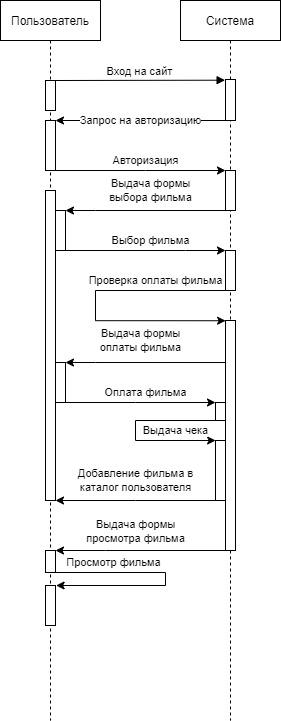
javantlang/IKINO keeps this draw.io diagram as Лаба_2/Диаграмма последовательности.png. Above is the earlier version. Source tidied: cells renumbered, new cells last; positions are measured from the earlier drawing's top-left corner, leaving out a move shared by most shapes.
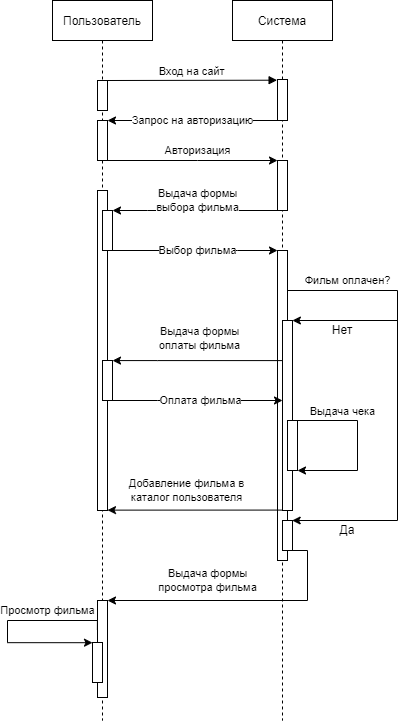
The same diagram one commit later.

Commit message:
Обновлена диаграмма последовательности

Диаграмма последовательности теперь имеет иную сторону рекурсии. Добавлено ветвление согласно диаграмме активности.

Change to the diagram source:
```diff
@@ -6,36 +6,20 @@
       <mxGeometry width="100" height="720" as="geometry" />
     </mxCell>
     <mxCell id="3" style="points=[];perimeter=orthogonalPerimeter;rounded=0;shadow=0;strokeWidth=1;" parent="2" vertex="1">
-      <mxGeometry x="45" y="120" width="10" height="50" as="geometry" />
+      <mxGeometry x="45" y="120" width="10" height="40" as="geometry" />
     </mxCell>
+    <mxCell id="5" style="points=[];perimeter=orthogonalPerimeter;rounded=0;shadow=0;strokeWidth=1;" parent="2" vertex="1">
+      <mxGeometry x="45" y="80" width="10" height="30" as="geometry" />
+    </mxCell>
+    <mxCell id="10" style="points=[];perimeter=orthogonalPerimeter;rounded=0;shadow=0;strokeWidth=1;" parent="2" vertex="1">
+      <mxGeometry x="45" y="190" width="10" height="320" as="geometry" />
+    </mxCell>
     <mxCell id="4" style="points=[];perimeter=orthogonalPerimeter;rounded=0;shadow=0;strokeWidth=1;" parent="2" vertex="1">
-      <mxGeometry x="55" y="210" width="10" height="40" as="geometry" />
+      <mxGeometry x="50" y="210" width="10" height="40" as="geometry" />
     </mxCell>
-    <mxCell id="5" style="points=[];perimeter=orthogonalPerimeter;rounded=0;shadow=0;strokeWidth=1;" parent="2" vertex="1">
-      <mxGeometry x="45" y="80" width="10" height="30" as="geometry" />
-    </mxCell>
-    <mxCell id="6" value="Просмотр фильма" style="edgeStyle=orthogonalEdgeStyle;rounded=0;jettySize=auto;html=1;entryX=1.058;entryY=-0.011;entryDx=0;entryDy=0;entryPerimeter=0;" parent="2" edge="1" target="8">
-      <mxGeometry x="-0.5" y="10" relative="1" as="geometry">
-        <mxPoint x="55" y="572" as="sourcePoint" />
-        <Array as="points">
-          <mxPoint x="165" y="572" />
-          <mxPoint x="165" y="585" />
-          <mxPoint x="56" y="585" />
-        </Array>
-      </mxGeometry>
-    </mxCell>
-    <mxCell id="7" style="points=[];perimeter=orthogonalPerimeter;rounded=0;shadow=0;strokeWidth=1;" parent="2" vertex="1">
-      <mxGeometry x="45" y="550" width="10" height="22" as="geometry" />
-    </mxCell>
-    <mxCell id="8" style="points=[];perimeter=orthogonalPerimeter;rounded=0;shadow=0;strokeWidth=1;" parent="2" vertex="1">
-      <mxGeometry x="45" y="585" width="10" height="40" as="geometry" />
-    </mxCell>
     <mxCell id="9" style="points=[];perimeter=orthogonalPerimeter;rounded=0;shadow=0;strokeWidth=1;" parent="2" vertex="1">
-      <mxGeometry x="55" y="362" width="10" height="40" as="geometry" />
+      <mxGeometry x="50" y="360" width="10" height="40" as="geometry" />
     </mxCell>
-    <mxCell id="10" style="points=[];perimeter=orthogonalPerimeter;rounded=0;shadow=0;strokeWidth=1;" parent="2" vertex="1">
-      <mxGeometry x="45" y="190" width="10" height="310" as="geometry" />
-    </mxCell>
     <mxCell id="11" value="Система" style="shape=umlLifeline;perimeter=lifelinePerimeter;rounded=0;shadow=0;strokeWidth=1;" parent="1" vertex="1">
       <mxGeometry x="180" width="100" height="720" as="geometry" />
     </mxCell>
@@ -43,45 +27,55 @@
       <mxGeometry x="45" y="79" width="10" height="41" as="geometry" />
     </mxCell>
     <mxCell id="13" style="points=[];perimeter=orthogonalPerimeter;rounded=0;shadow=0;strokeWidth=1;" parent="11" vertex="1">
-      <mxGeometry x="45" y="170" width="10" height="40" as="geometry" />
+      <mxGeometry x="45" y="160" width="10" height="50" as="geometry" />
     </mxCell>
-    <mxCell id="14" value="Проверка оплаты фильма" style="edgeStyle=orthogonalEdgeStyle;rounded=0;jettySize=auto;html=1;entryX=0.009;entryY=0.001;entryDx=0;entryDy=0;entryPerimeter=0;" parent="11" edge="1" source="15" target="16">
-      <mxGeometry x="-0.52" y="-10" relative="1" as="geometry">
+    <mxCell id="14" value="Фильм оплачен?" style="edgeStyle=orthogonalEdgeStyle;rounded=0;jettySize=auto;html=1;entryX=0.967;entryY=0;entryDx=0;entryDy=0;entryPerimeter=0;" parent="11" edge="1" source="15" target="29">
+      <mxGeometry x="-0.73" y="10" relative="1" as="geometry">
         <Array as="points">
-          <mxPoint x="-85" y="290" />
-          <mxPoint x="-85" y="320" />
+          <mxPoint x="165" y="290" />
+          <mxPoint x="165" y="520" />
         </Array>
       </mxGeometry>
     </mxCell>
     <mxCell id="15" style="points=[];perimeter=orthogonalPerimeter;rounded=0;shadow=0;strokeWidth=1;" parent="11" vertex="1">
-      <mxGeometry x="45" y="250" width="10" height="40" as="geometry" />
+      <mxGeometry x="45" y="250" width="10" height="310" as="geometry" />
     </mxCell>
     <mxCell id="16" style="points=[];perimeter=orthogonalPerimeter;rounded=0;shadow=0;strokeWidth=1;" parent="11" vertex="1">
-      <mxGeometry x="45" y="320" width="10" height="230" as="geometry" />
+      <mxGeometry x="50" y="320" width="10" height="190" as="geometry" />
     </mxCell>
+    <mxCell id="29" style="points=[];perimeter=orthogonalPerimeter;rounded=0;shadow=0;strokeWidth=1;" parent="11" vertex="1">
+      <mxGeometry x="50" y="520" width="10" height="30" as="geometry" />
+    </mxCell>
+    <mxCell id="30" style="endArrow=classic;html=1;rounded=0;entryX=0.99;entryY=0;entryDx=0;entryDy=0;entryPerimeter=0;" parent="11" edge="1" target="16">
+      <mxGeometry relative="1" as="geometry">
+        <mxPoint x="165" y="320" as="sourcePoint" />
+      </mxGeometry>
+    </mxCell>
+    <mxCell id="31" style="points=[];perimeter=orthogonalPerimeter;rounded=0;shadow=0;strokeWidth=1;" parent="11" vertex="1">
+      <mxGeometry x="55" y="420" width="10" height="50" as="geometry" />
+    </mxCell>
+    <mxCell id="32" style="edgeStyle=orthogonalEdgeStyle;rounded=0;jettySize=auto;html=1;" parent="11" edge="1" source="31">
+      <mxGeometry relative="1" as="geometry">
+        <mxPoint x="65" y="470" as="targetPoint" />
+        <Array as="points">
+          <mxPoint x="125" y="420" />
+          <mxPoint x="125" y="470" />
+        </Array>
+      </mxGeometry>
+    </mxCell>
-    <mxCell id="17" value="Выдача чека" style="edgeStyle=orthogonalEdgeStyle;rounded=0;jettySize=auto;html=1;entryX=0.006;entryY=0.004;entryDx=0;entryDy=0;entryPerimeter=0;" parent="11" edge="1" source="18" target="19">
-      <mxGeometry x="0.55" y="10" relative="1" as="geometry">
-        <Array as="points">
-          <mxPoint x="-45" y="420" />
-          <mxPoint x="-45" y="440" />
-          <mxPoint x="35" y="440" />
-        </Array>
+    <mxCell id="17" value="Выдача чека" style="edgeLabel;html=1;align=center;verticalAlign=middle;" parent="32" vertex="1">
+      <mxGeometry x="-0.71" y="-1" relative="1" as="geometry">
+        <mxPoint x="20" y="-10" as="offset" />
       </mxGeometry>
     </mxCell>
-    <mxCell id="18" style="points=[];perimeter=orthogonalPerimeter;rounded=0;shadow=0;strokeWidth=1;" parent="11" vertex="1">
-      <mxGeometry x="35" y="402" width="10" height="18" as="geometry" />
-    </mxCell>
-    <mxCell id="19" style="points=[];perimeter=orthogonalPerimeter;rounded=0;shadow=0;strokeWidth=1;" parent="11" vertex="1">
-      <mxGeometry x="35" y="440" width="10" height="60" as="geometry" />
-    </mxCell>
     <mxCell id="20" value="Вход на сайт" style="verticalAlign=bottom;endArrow=block;entryX=-0.04;entryY=0.017;shadow=0;strokeWidth=1;exitX=0.967;exitY=0;exitDx=0;exitDy=0;exitPerimeter=0;entryDx=0;entryDy=0;entryPerimeter=0;" parent="1" edge="1" source="5" target="12">
       <mxGeometry relative="1" as="geometry" />
     </mxCell>
     <mxCell id="21" value="Авторизация" style="edgeStyle=orthogonalEdgeStyle;rounded=0;jettySize=auto;html=1;" parent="1" edge="1" source="3" target="13">
       <mxGeometry x="0.06" y="10" relative="1" as="geometry">
         <Array as="points">
-          <mxPoint x="145" y="170" />
-          <mxPoint x="145" y="170" />
+          <mxPoint x="145" y="160" />
+          <mxPoint x="145" y="160" />
         </Array>
       </mxGeometry>
     </mxCell>
@@ -94,7 +88,7 @@
       </mxGeometry>
     </mxCell>
     <mxCell id="23" value="Выдача формы&lt;br&gt;выбора фильма" style="edgeStyle=orthogonalEdgeStyle;rounded=0;jettySize=auto;html=1;" parent="1" edge="1" source="13" target="4">
-      <mxGeometry x="-0.06" y="-20" relative="1" as="geometry">
+      <mxGeometry x="-0.03" y="-10" relative="1" as="geometry">
         <Array as="points">
           <mxPoint x="95" y="210" />
           <mxPoint x="95" y="210" />
@@ -102,45 +96,70 @@
       </mxGeometry>
     </mxCell>
     <mxCell id="24" value="Выбор фильма" style="edgeStyle=orthogonalEdgeStyle;rounded=0;jettySize=auto;html=1;" parent="1" edge="1" source="4" target="15">
-      <mxGeometry x="0.06" y="10" relative="1" as="geometry">
+      <mxGeometry x="0.03" relative="1" as="geometry">
         <Array as="points">
           <mxPoint x="185" y="250" />
           <mxPoint x="185" y="250" />
         </Array>
       </mxGeometry>
     </mxCell>
-    <mxCell id="25" value="Выдача формы&lt;br&gt;просмотра фильма" style="edgeStyle=orthogonalEdgeStyle;rounded=0;jettySize=auto;html=1;entryX=1;entryY=0;entryDx=0;entryDy=0;entryPerimeter=0;exitX=-0.004;exitY=1;exitDx=0;exitDy=0;exitPerimeter=0;" parent="1" edge="1" source="16" target="7">
-      <mxGeometry x="0.06" y="-19" relative="1" as="geometry">
-        <Array as="points">
-          <mxPoint x="105" y="550" />
-          <mxPoint x="105" y="550" />
-        </Array>
-      </mxGeometry>
-    </mxCell>
-    <mxCell id="26" value="Выдача формы&lt;br&gt;оплаты фильма" style="edgeStyle=orthogonalEdgeStyle;rounded=0;jettySize=auto;html=1;" parent="1" edge="1" target="9">
-      <mxGeometry x="0.06" y="-22" relative="1" as="geometry">
-        <mxPoint x="225" y="362" as="sourcePoint" />
+    <mxCell id="26" value="Выдача формы&lt;br&gt;оплаты фильма" style="edgeStyle=orthogonalEdgeStyle;rounded=0;jettySize=auto;html=1;exitX=-0.003;exitY=0.211;exitDx=0;exitDy=0;exitPerimeter=0;" parent="1" edge="1" source="16" target="9">
+      <mxGeometry x="-0.03" y="-22" relative="1" as="geometry">
         <Array as="points">
-          <mxPoint x="95" y="362" />
-          <mxPoint x="95" y="362" />
+          <mxPoint x="105" y="360" />
+          <mxPoint x="105" y="360" />
         </Array>
       </mxGeometry>
     </mxCell>
-    <mxCell id="27" value="Оплата фильма" style="edgeStyle=orthogonalEdgeStyle;rounded=0;jettySize=auto;html=1;entryX=0;entryY=0;entryDx=0;entryDy=0;entryPerimeter=0;" parent="1" edge="1" source="9" target="18">
-      <mxGeometry x="0.06" y="10" relative="1" as="geometry">
+    <mxCell id="27" value="Оплата фильма" style="edgeStyle=orthogonalEdgeStyle;rounded=0;jettySize=auto;html=1;exitX=1;exitY=1;exitDx=0;exitDy=0;exitPerimeter=0;" parent="1" edge="1" source="9">
+      <mxGeometry x="0.03" relative="1" as="geometry">
+        <mxPoint x="230" y="400" as="targetPoint" />
         <Array as="points">
-          <mxPoint x="135" y="402" />
-          <mxPoint x="135" y="402" />
+          <mxPoint x="105" y="400" />
+          <mxPoint x="105" y="400" />
         </Array>
       </mxGeometry>
     </mxCell>
-    <mxCell id="28" value="Добавление фильма в&lt;br&gt;каталог пользователя" style="edgeStyle=orthogonalEdgeStyle;rounded=0;jettySize=auto;html=1;" parent="1" edge="1" source="19" target="10">
-      <mxGeometry y="-20" relative="1" as="geometry">
+    <mxCell id="28" value="Добавление фильма в&lt;br&gt;каталог пользователя" style="edgeStyle=orthogonalEdgeStyle;rounded=0;orthogonalLoop=1;jettySize=auto;html=1;exitX=0.003;exitY=0.998;exitDx=0;exitDy=0;exitPerimeter=0;" parent="1" edge="1">
+      <mxGeometry x="0.1" y="-20" relative="1" as="geometry">
+        <mxPoint x="230" y="509.6" as="sourcePoint" />
+        <mxPoint x="55" y="509.6" as="targetPoint" />
         <Array as="points">
-          <mxPoint x="135" y="500" />
-          <mxPoint x="135" y="500" />
+          <mxPoint x="225" y="510" />
+          <mxPoint x="225" y="510" />
         </Array>
       </mxGeometry>
     </mxCell>
+    <mxCell id="6" value="Просмотр фильма" style="edgeStyle=orthogonalEdgeStyle;rounded=0;jettySize=auto;html=1;entryX=0;entryY=0.005;entryDx=0;entryDy=0;entryPerimeter=0;exitX=-0.012;exitY=0.296;exitDx=0;exitDy=0;exitPerimeter=0;" parent="1" edge="1" source="33" target="8">
+      <mxGeometry x="-0.43" y="-10" relative="1" as="geometry">
+        <Array as="points">
+          <mxPoint x="45" y="620" />
+          <mxPoint x="-45" y="620" />
+          <mxPoint x="-45" y="642" />
+        </Array>
+      </mxGeometry>
+    </mxCell>
+    <mxCell id="33" style="points=[];perimeter=orthogonalPerimeter;rounded=0;shadow=0;strokeWidth=1;" parent="1" vertex="1">
+      <mxGeometry x="45" y="600" width="10" height="97" as="geometry" />
+    </mxCell>
+    <mxCell id="8" style="points=[];perimeter=orthogonalPerimeter;rounded=0;shadow=0;strokeWidth=1;" parent="1" vertex="1">
+      <mxGeometry x="40" y="642" width="10" height="40" as="geometry" />
+    </mxCell>
+    <mxCell id="25" value="Выдача формы&lt;br&gt;просмотра фильма" style="edgeStyle=orthogonalEdgeStyle;rounded=0;jettySize=auto;html=1;entryX=1;entryY=0;entryDx=0;entryDy=0;entryPerimeter=0;" parent="1" edge="1" target="33">
+      <mxGeometry x="0.26" y="-20" relative="1" as="geometry">
+        <mxPoint x="245" y="550" as="sourcePoint" />
+        <Array as="points">
+          <mxPoint x="240" y="550" />
+          <mxPoint x="255" y="550" />
+          <mxPoint x="255" y="600" />
+        </Array>
+      </mxGeometry>
+    </mxCell>
+    <mxCell id="34" value="Нет" style="text;html=1;strokeColor=none;fillColor=none;align=center;verticalAlign=middle;whiteSpace=wrap;rounded=0;" parent="1" vertex="1">
+      <mxGeometry x="275" y="320" width="30" height="20" as="geometry" />
+    </mxCell>
+    <mxCell id="35" value="Да" style="text;html=1;strokeColor=none;fillColor=none;align=center;verticalAlign=middle;whiteSpace=wrap;rounded=0;" parent="1" vertex="1">
+      <mxGeometry x="280" y="520" width="30" height="20" as="geometry" />
+    </mxCell>
   </root>
 </mxGraphModel>
```
